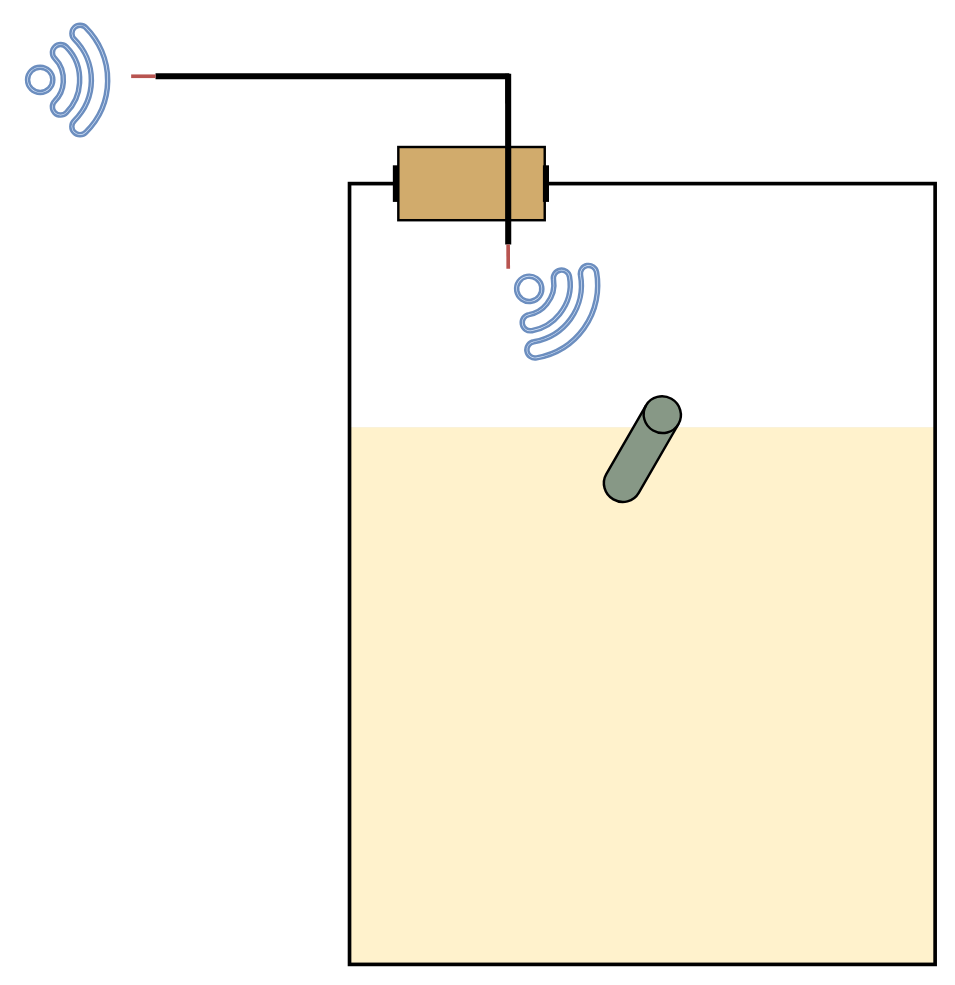
Before: docs/schémas électronique/antenne.drawio in AlexandreDoneux/TFE, a draw.io diagram. Source tidied: cells renumbered, new cells numbered last; positions are measured from the earlier drawing's top-left corner, leaving out a move shared by most shapes. Both pictures are drawn from the tidied source at 122%, with x=0, y=0 at pixel (37, 37).
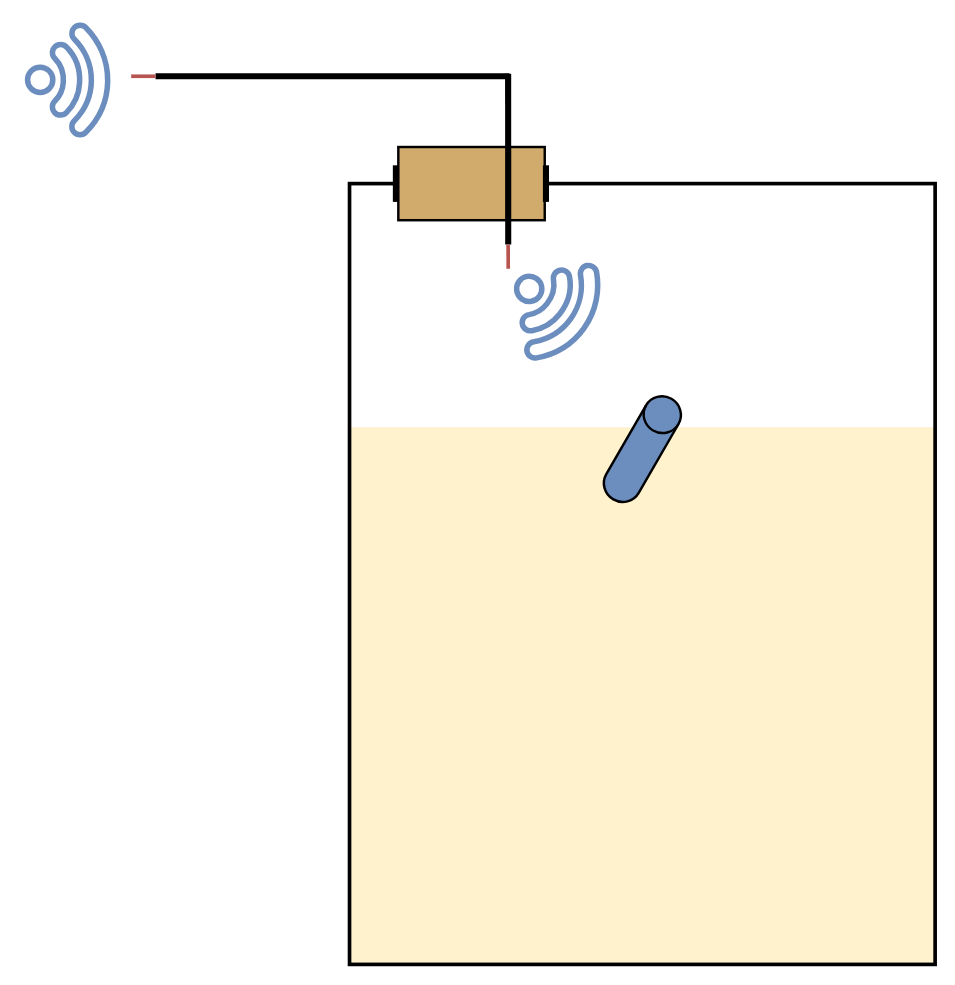
After the change.

What changed in the source:
```diff
@@
-<mxGraphModel background="#ffffff">
+<mxGraphModel>
   <root>
     <mxCell id="0" />
     <mxCell id="1" parent="0" />
     <mxCell id="2" style="rounded=0;whiteSpace=wrap;html=1;fillColor=#fff2cc;strokeColor=#d6b656;strokeWidth=0;" parent="1" vertex="1">
       <mxGeometry x="256" y="320" width="480" height="440" as="geometry" />
     </mxCell>
     <mxCell id="3" style="rounded=0;whiteSpace=wrap;html=1;strokeWidth=3;fillColor=none;" parent="1" vertex="1">
       <mxGeometry x="256" y="120" width="480" height="640" as="geometry" />
     </mxCell>
     <mxCell id="4" style="rounded=0;whiteSpace=wrap;html=1;strokeWidth=2;fillColor=#D1AB6C;perimeterSpacing=0;" parent="1" vertex="1">
       <mxGeometry x="296" y="90" width="120" height="60" as="geometry" />
     </mxCell>
     <mxCell id="5" style="endArrow=none;html=1;strokeWidth=5;entryX=0;entryY=0.75;entryDx=0;entryDy=0;exitX=0;exitY=0.25;exitDx=0;exitDy=0;" parent="1" edge="1">
       <mxGeometry relative="1" as="geometry">
         <mxPoint x="294" y="105" as="sourcePoint" />
         <mxPoint x="294" y="135" as="targetPoint" />
       </mxGeometry>
     </mxCell>
     <mxCell id="6" style="endArrow=none;html=1;strokeWidth=5;entryX=0;entryY=0.75;entryDx=0;entryDy=0;exitX=0;exitY=0.25;exitDx=0;exitDy=0;" parent="1" edge="1">
       <mxGeometry relative="1" as="geometry">
         <mxPoint x="417" y="105" as="sourcePoint" />
         <mxPoint x="417" y="135" as="targetPoint" />
       </mxGeometry>
     </mxCell>
     <mxCell id="7" style="endArrow=none;html=1;strokeWidth=5;exitX=0.271;exitY=0.078;exitDx=0;exitDy=0;exitPerimeter=0;" parent="1" edge="1" source="3">
       <mxGeometry relative="1" as="geometry">
         <mxPoint x="386" y="30" as="targetPoint" />
       </mxGeometry>
     </mxCell>
     <mxCell id="8" style="endArrow=none;html=1;strokeWidth=5;" parent="1" edge="1">
       <mxGeometry relative="1" as="geometry">
         <mxPoint x="97" y="32" as="sourcePoint" />
         <mxPoint x="387" y="32" as="targetPoint" />
       </mxGeometry>
     </mxCell>
     <mxCell id="9" style="endArrow=none;html=1;strokeWidth=3;fillColor=#f8cecc;strokeColor=#b85450;" parent="1" edge="1">
       <mxGeometry relative="1" as="geometry">
         <mxPoint x="77" y="32" as="sourcePoint" />
         <mxPoint x="97" y="32" as="targetPoint" />
       </mxGeometry>
     </mxCell>
     <mxCell id="10" style="endArrow=none;html=1;strokeWidth=3;fillColor=#f8cecc;strokeColor=#b85450;exitX=0.271;exitY=0.109;exitDx=0;exitDy=0;exitPerimeter=0;" parent="1" edge="1" source="3">
       <mxGeometry relative="1" as="geometry">
         <mxPoint x="386" y="170" as="targetPoint" />
       </mxGeometry>
     </mxCell>
-    <mxCell id="11" style="sketch=0;shadow=0;dashed=0;html=1;strokeColor=#6c8ebf;fillColor=#dae8fc;labelPosition=center;verticalLabelPosition=bottom;verticalAlign=top;align=center;shape=mxgraph.vvd.wi_fi;strokeWidth=2;rotation=45;" parent="1" vertex="1">
+    <mxCell id="11" style="sketch=0;shadow=0;dashed=0;html=1;strokeColor=#6c8ebf;fillColor=#6c8ebf;labelPosition=center;verticalLabelPosition=bottom;verticalAlign=top;align=center;shape=mxgraph.vvd.wi_fi;strokeWidth=2;rotation=45;" parent="1" vertex="1">
       <mxGeometry x="0.1" width="70" height="70" as="geometry" />
     </mxCell>
-    <mxCell id="12" style="sketch=0;shadow=0;dashed=0;html=1;strokeColor=#6c8ebf;fillColor=#dae8fc;labelPosition=center;verticalLabelPosition=bottom;verticalAlign=top;align=center;shape=mxgraph.vvd.wi_fi;strokeWidth=2;rotation=80;" parent="1" vertex="1">
+    <mxCell id="12" style="sketch=0;shadow=0;dashed=0;html=1;strokeColor=#6c8ebf;fillColor=#6c8ebf;labelPosition=center;verticalLabelPosition=bottom;verticalAlign=top;align=center;shape=mxgraph.vvd.wi_fi;strokeWidth=2;rotation=80;" parent="1" vertex="1">
       <mxGeometry x="395" y="190" width="70" height="70" as="geometry" />
     </mxCell>
-    <mxCell id="13" style="shape=cylinder3;whiteSpace=wrap;html=1;boundedLbl=1;backgroundOutline=1;size=15;strokeWidth=2;fillColor=#879886;rotation=30;strokeColor=#000000;" parent="1" vertex="1">
+    <mxCell id="13" style="shape=cylinder3;whiteSpace=wrap;html=1;boundedLbl=1;backgroundOutline=1;size=15;strokeWidth=2;fillColor=#6c8ebf;rotation=30;strokeColor=#000000;" parent="1" vertex="1">
       <mxGeometry x="480.7" y="290" width="30.7" height="95.2" as="geometry" />
     </mxCell>
   </root>
 </mxGraphModel>
```
